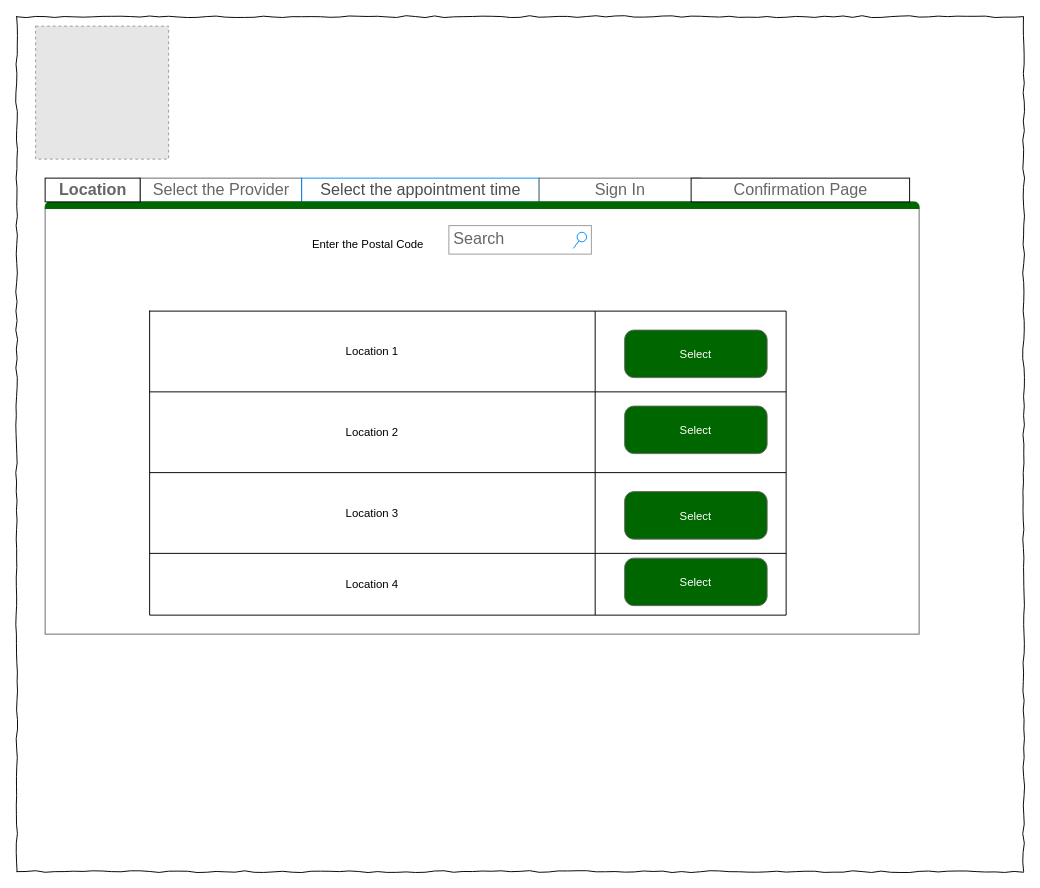
Before: Select an Location.drawio in Janani-Manoharan/CovidDots, a draw.io diagram. Source tidied: cells renumbered, new cells numbered last; positions are measured from the earlier drawing's top-left corner, leaving out a move shared by most shapes. Both pictures are drawn from the tidied source at 95%, with x=0, y=0 at pixel (16, 16). Pictures stored in the file or linked from it are replaced by grey dashed boxes.
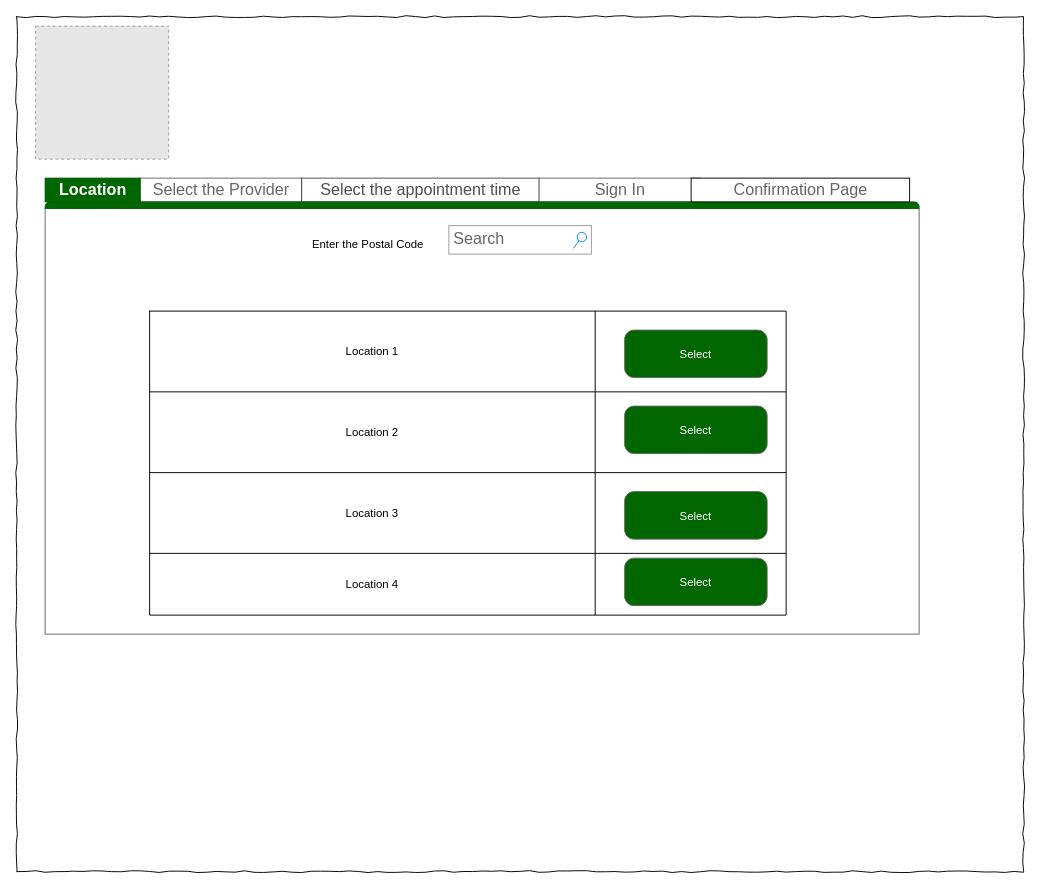
The same diagram, later.

What changed in the source:
```diff
@@
-    <mxCell id="4" style="strokeWidth=1;shadow=0;dashed=0;align=center;html=1;shape=mxgraph.mockup.containers.marginRect2;rectMarginTop=32;strokeColor=#666666;gradientColor=none;" parent="1" vertex="1">
+    <mxCell id="4" style="strokeWidth=1;shadow=0;dashed=0;align=center;html=1;shape=mxgraph.mockup.containers.marginRect2;rectMarginTop=32;gradientColor=none;strokeColor=#666666;" parent="1" vertex="1">
       <mxGeometry x="30" y="170" width="920" height="480" as="geometry" />
     </mxCell>
@@
-    <mxCell id="6" value="&lt;font color=&quot;#4d4d4d&quot;&gt;Select the appointment time&lt;/font&gt;" style="strokeWidth=1;shadow=0;dashed=0;align=center;html=1;shape=mxgraph.mockup.containers.rrect;rSize=0;fontSize=17;fontColor=#ffffff;strokeColor=#008cff;fillColor=none;" parent="4" vertex="1">
+    <mxCell id="6" value="&lt;font color=&quot;#4d4d4d&quot;&gt;Select the appointment time&lt;/font&gt;" style="strokeWidth=1;shadow=0;dashed=0;align=center;html=1;shape=mxgraph.mockup.containers.rrect;rSize=0;fontSize=17;fontColor=#ffffff;fillColor=none;strokeColor=#4D4D4D;" parent="4" vertex="1">
       <mxGeometry width="250" height="25" relative="1" as="geometry">
         <mxPoint x="270" as="offset" />
       </mxGeometry>
     </mxCell>
@@
-    <mxCell id="27" value="&lt;b&gt;Location&lt;/b&gt;" style="strokeColor=inherit;fillColor=inherit;gradientColor=inherit;strokeWidth=1;shadow=0;dashed=0;align=center;html=1;shape=mxgraph.mockup.containers.rrect;rSize=0;fontSize=17;fontColor=#666666;gradientColor=none;" parent="1" vertex="1">
+    <mxCell id="27" value="&lt;b&gt;Location&lt;/b&gt;" style="strokeColor=#005700;strokeWidth=1;shadow=0;dashed=0;align=center;html=1;shape=mxgraph.mockup.containers.rrect;rSize=0;fontSize=17;labelBackgroundColor=#006600;labelBorderColor=#006600;fontColor=#ffffff;fillColor=#006600;" parent="1" vertex="1">
       <mxGeometry x="30" y="170" width="100" height="25" as="geometry" />
     </mxCell>
```
